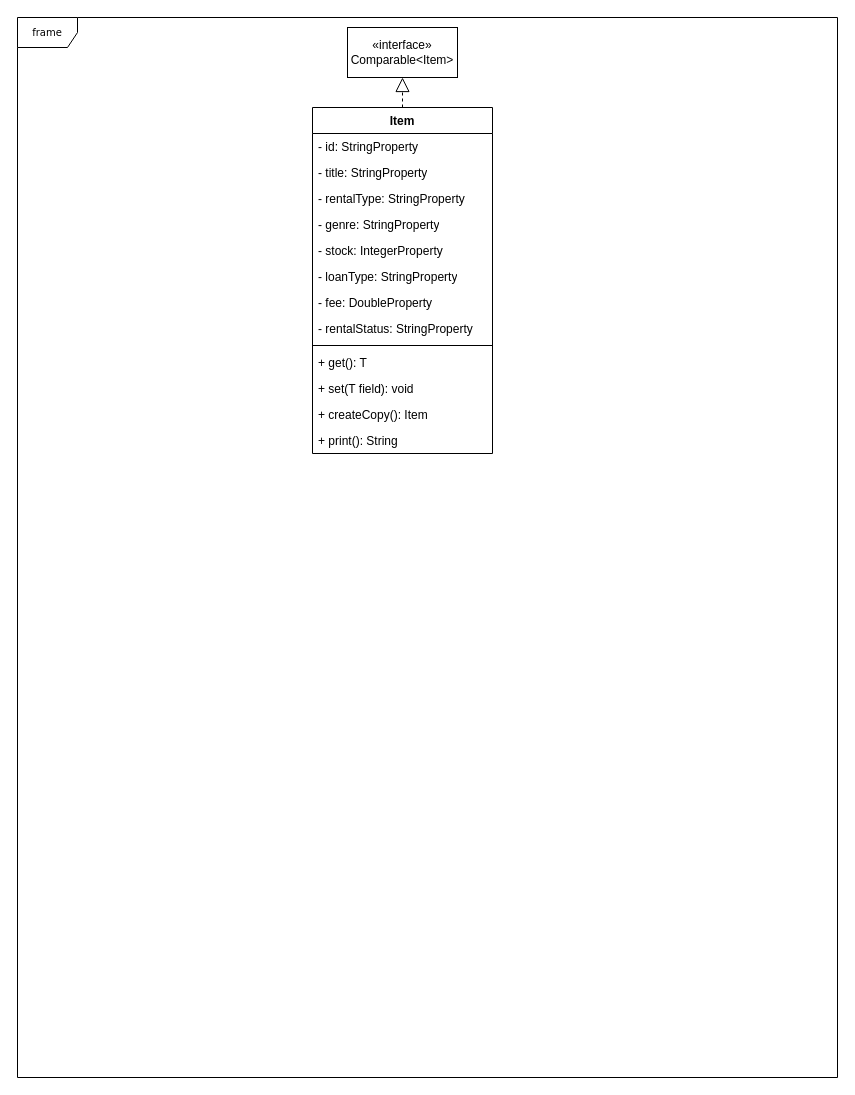
The draw.io diagram doc/UML Diagrams/Item.drawio in dealoux/INTE2512-Project, before the edit. Source tidied: cells renumbered, new cells numbered last; positions are measured from the earlier drawing's top-left corner, leaving out a move shared by most shapes. Both pictures are drawn from the tidied source at 100%, with x=0, y=0 at pixel (17, 17).
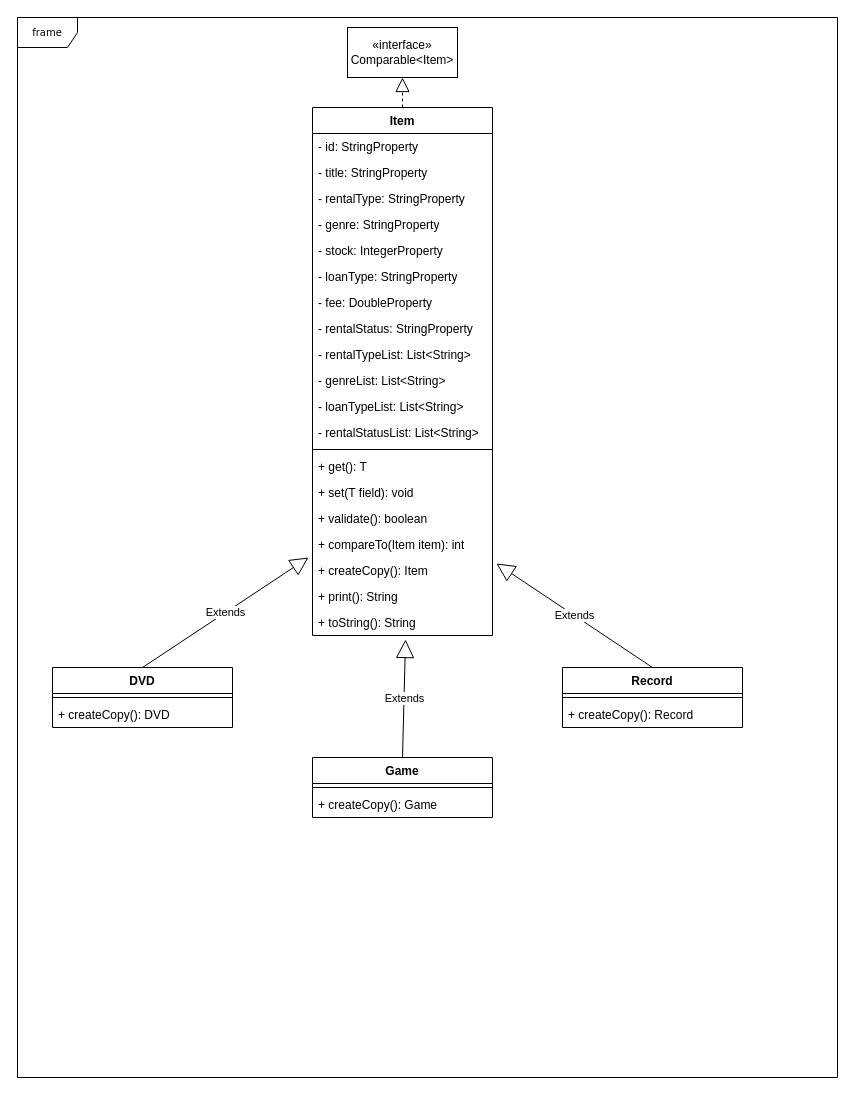
After the change.

What changed in the source:
```diff
@@
     <mxCell id="4" value="Item" style="swimlane;fontStyle=1;align=center;verticalAlign=top;horizontal=1;startSize=26;whiteSpace=wrap;html=1;" parent="1" vertex="1">
-      <mxGeometry x="295" y="90" width="180" height="346" as="geometry" />
+      <mxGeometry x="295" y="90" width="180" height="528" as="geometry" />
     </mxCell>
@@
+    <mxCell id="19" value="- rentalTypeList: List&amp;lt;String&amp;gt;" style="text;html=1;strokeColor=none;fillColor=none;align=left;verticalAlign=top;spacingLeft=4;spacingRight=4;whiteSpace=wrap;overflow=hidden;" parent="4" vertex="1">
+      <mxGeometry y="234" width="180" height="26" as="geometry" />
+    </mxCell>
+    <mxCell id="20" value="- genreList: List&amp;lt;String&amp;gt;" style="text;html=1;strokeColor=none;fillColor=none;align=left;verticalAlign=top;spacingLeft=4;spacingRight=4;whiteSpace=wrap;overflow=hidden;" parent="4" vertex="1">
+      <mxGeometry y="260" width="180" height="26" as="geometry" />
+    </mxCell>
+    <mxCell id="21" value="- loanTypeList: List&amp;lt;String&amp;gt;" style="text;html=1;strokeColor=none;fillColor=none;align=left;verticalAlign=top;spacingLeft=4;spacingRight=4;whiteSpace=wrap;overflow=hidden;" parent="4" vertex="1">
+      <mxGeometry y="286" width="180" height="26" as="geometry" />
+    </mxCell>
+    <mxCell id="22" value="- rentalStatusList: List&amp;lt;String&amp;gt;" style="text;html=1;strokeColor=none;fillColor=none;align=left;verticalAlign=top;spacingLeft=4;spacingRight=4;whiteSpace=wrap;overflow=hidden;" parent="4" vertex="1">
+      <mxGeometry y="312" width="180" height="26" as="geometry" />
+    </mxCell>
     <mxCell id="13" style="line;strokeWidth=1;fillColor=none;align=left;verticalAlign=middle;spacingTop=-1;spacingLeft=3;spacingRight=3;labelPosition=right;strokeColor=inherit;" parent="4" vertex="1">
-      <mxGeometry y="234" width="180" height="8" as="geometry" />
+      <mxGeometry y="338" width="180" height="8" as="geometry" />
     </mxCell>
     <mxCell id="14" value="+ get(): T" style="text;strokeColor=none;fillColor=none;align=left;verticalAlign=top;spacingLeft=4;spacingRight=4;overflow=hidden;whiteSpace=wrap;html=1;" parent="4" vertex="1">
-      <mxGeometry y="242" width="180" height="26" as="geometry" />
+      <mxGeometry y="346" width="180" height="26" as="geometry" />
     </mxCell>
     <mxCell id="15" value="+ set(T field): void" style="text;strokeColor=none;fillColor=none;align=left;verticalAlign=top;spacingLeft=4;spacingRight=4;overflow=hidden;whiteSpace=wrap;html=1;" parent="4" vertex="1">
-      <mxGeometry y="268" width="180" height="26" as="geometry" />
+      <mxGeometry y="372" width="180" height="26" as="geometry" />
     </mxCell>
+    <mxCell id="23" value="+ validate(): boolean" style="text;strokeColor=none;fillColor=none;align=left;verticalAlign=top;spacingLeft=4;spacingRight=4;overflow=hidden;whiteSpace=wrap;html=1;" parent="4" vertex="1">
+      <mxGeometry y="398" width="180" height="26" as="geometry" />
+    </mxCell>
+    <mxCell id="24" value="+ compareTo(Item item): int" style="text;strokeColor=none;fillColor=none;align=left;verticalAlign=top;spacingLeft=4;spacingRight=4;overflow=hidden;whiteSpace=wrap;html=1;" parent="4" vertex="1">
+      <mxGeometry y="424" width="180" height="26" as="geometry" />
+    </mxCell>
     <mxCell id="16" value="+ createCopy(): Item" style="text;strokeColor=none;fillColor=none;align=left;verticalAlign=top;spacingLeft=4;spacingRight=4;overflow=hidden;points=[[0,0.5],[1,0.5]];portConstraint=eastwest;whiteSpace=wrap;html=1;" parent="4" vertex="1">
-      <mxGeometry y="294" width="180" height="26" as="geometry" />
+      <mxGeometry y="450" width="180" height="26" as="geometry" />
     </mxCell>
     <mxCell id="17" value="+ print(): String" style="text;strokeColor=none;fillColor=none;align=left;verticalAlign=top;spacingLeft=4;spacingRight=4;overflow=hidden;whiteSpace=wrap;html=1;" parent="4" vertex="1">
-      <mxGeometry y="320" width="180" height="26" as="geometry" />
+      <mxGeometry y="476" width="180" height="26" as="geometry" />
     </mxCell>
+    <mxCell id="25" value="+ toString(): String" style="text;strokeColor=none;fillColor=none;align=left;verticalAlign=top;spacingLeft=4;spacingRight=4;overflow=hidden;points=[[0,0.5],[1,0.5]];portConstraint=eastwest;whiteSpace=wrap;html=1;" parent="4" vertex="1">
+      <mxGeometry y="502" width="180" height="26" as="geometry" />
+    </mxCell>
@@
+    <mxCell id="26" value="DVD" style="swimlane;fontStyle=1;align=center;verticalAlign=top;horizontal=1;startSize=26;whiteSpace=wrap;html=1;" parent="1" vertex="1">
+      <mxGeometry x="35" y="650" width="180" height="60" as="geometry" />
+    </mxCell>
+    <mxCell id="27" style="line;strokeWidth=1;fillColor=none;align=left;verticalAlign=middle;spacingTop=-1;spacingLeft=3;spacingRight=3;labelPosition=right;strokeColor=inherit;" parent="26" vertex="1">
+      <mxGeometry y="26" width="180" height="8" as="geometry" />
+    </mxCell>
+    <mxCell id="28" value="+ createCopy(): DVD" style="text;strokeColor=none;fillColor=none;align=left;verticalAlign=top;spacingLeft=4;spacingRight=4;overflow=hidden;whiteSpace=wrap;html=1;" parent="26" vertex="1">
+      <mxGeometry y="34" width="180" height="26" as="geometry" />
+    </mxCell>
+    <mxCell id="29" value="Game" style="swimlane;fontStyle=1;align=center;verticalAlign=top;horizontal=1;startSize=26;whiteSpace=wrap;html=1;" parent="1" vertex="1">
+      <mxGeometry x="295" y="740" width="180" height="60" as="geometry" />
+    </mxCell>
+    <mxCell id="30" style="line;strokeWidth=1;fillColor=none;align=left;verticalAlign=middle;spacingTop=-1;spacingLeft=3;spacingRight=3;labelPosition=right;strokeColor=inherit;" parent="29" vertex="1">
+      <mxGeometry y="26" width="180" height="8" as="geometry" />
+    </mxCell>
+    <mxCell id="31" value="+ createCopy(): Game" style="text;strokeColor=none;fillColor=none;align=left;verticalAlign=top;spacingLeft=4;spacingRight=4;overflow=hidden;whiteSpace=wrap;html=1;" parent="29" vertex="1">
+      <mxGeometry y="34" width="180" height="26" as="geometry" />
+    </mxCell>
+    <mxCell id="32" value="Record" style="swimlane;fontStyle=1;align=center;verticalAlign=top;horizontal=1;startSize=26;whiteSpace=wrap;html=1;" parent="1" vertex="1">
+      <mxGeometry x="545" y="650" width="180" height="60" as="geometry" />
+    </mxCell>
+    <mxCell id="33" style="line;strokeWidth=1;fillColor=none;align=left;verticalAlign=middle;spacingTop=-1;spacingLeft=3;spacingRight=3;labelPosition=right;strokeColor=inherit;" parent="32" vertex="1">
+      <mxGeometry y="26" width="180" height="8" as="geometry" />
+    </mxCell>
+    <mxCell id="34" value="+ createCopy(): Record" style="text;strokeColor=none;fillColor=none;align=left;verticalAlign=top;spacingLeft=4;spacingRight=4;overflow=hidden;whiteSpace=wrap;html=1;" parent="32" vertex="1">
+      <mxGeometry y="34" width="180" height="26" as="geometry" />
+    </mxCell>
+    <mxCell id="35" value="Extends" style="endArrow=block;endSize=16;endFill=0;html=1;rounded=0;exitX=0.5;exitY=0;exitDx=0;exitDy=0;entryX=-0.022;entryY=0;entryDx=0;entryDy=0;entryPerimeter=0;" parent="1" edge="1" source="26" target="16">
+      <mxGeometry relative="1" as="geometry" />
+    </mxCell>
+    <mxCell id="36" value="Extends" style="endArrow=block;endSize=16;endFill=0;html=1;rounded=0;exitX=0.5;exitY=0;exitDx=0;exitDy=0;entryX=0.517;entryY=1.154;entryDx=0;entryDy=0;entryPerimeter=0;" parent="1" edge="1" source="29" target="25">
+      <mxGeometry relative="1" as="geometry" />
+    </mxCell>
+    <mxCell id="37" value="Extends" style="endArrow=block;endSize=16;endFill=0;html=1;rounded=0;exitX=0.5;exitY=0;exitDx=0;exitDy=0;entryX=1.022;entryY=0.231;entryDx=0;entryDy=0;entryPerimeter=0;" parent="1" edge="1" source="32" target="16">
+      <mxGeometry relative="1" as="geometry" />
+    </mxCell>
```
